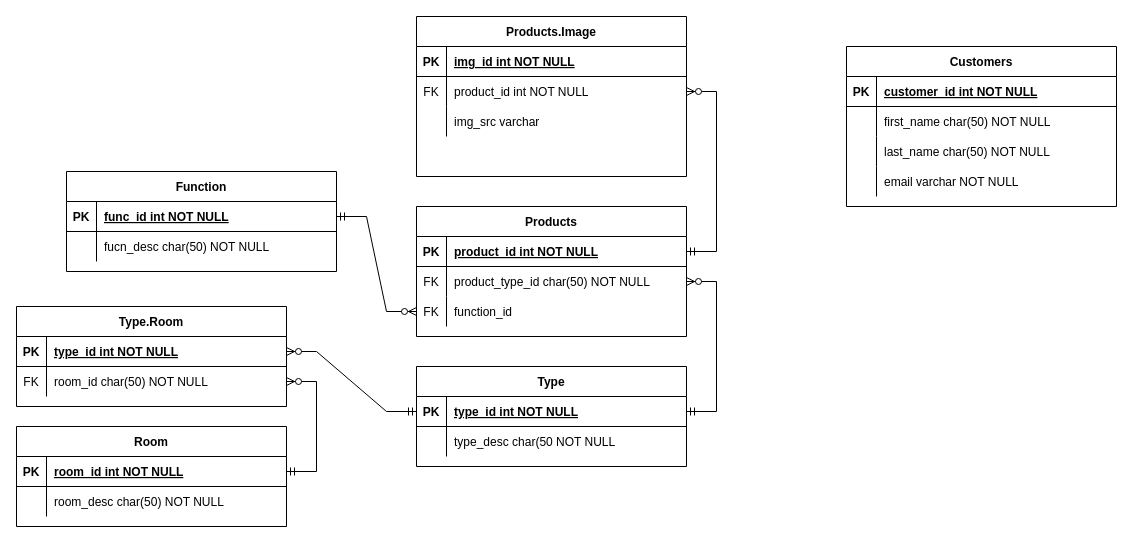
ruscott/Backend-AR-Project keeps this draw.io diagram as Digarams/AR-Backend.drawio. Above is the earlier version. Source tidied: cells renumbered, new cells numbered last; positions are measured from the earlier drawing's top-left corner, leaving out a move shared by most shapes. Both pictures are drawn from the tidied source at 100%, with x=0, y=0 at pixel (16, 16).
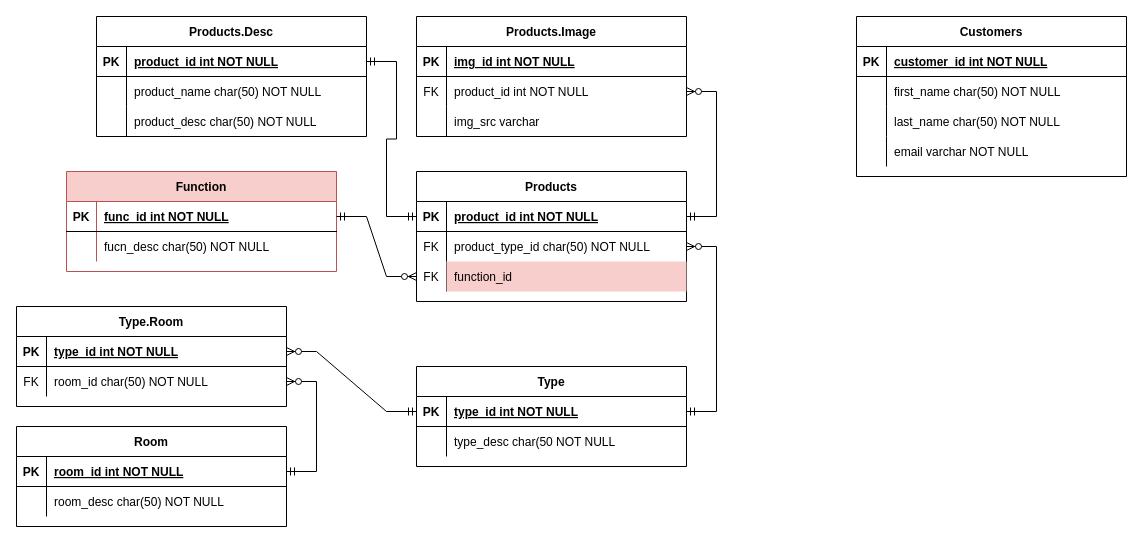
The same page after the edit.

Commit message (it also covers changes not shown here):
Basic Product REST API

Unchanged cells that the change refers to:
```xml
<mxCell id="16" style="shape=partialRectangle;fillColor=none;points=[[0,0.5],[1,0.5]];portConstraint=eastwest;top=0;left=0;right=0;bottom=1;" parent="15" vertex="1">
  <mxGeometry y="30" width="270" height="30" as="geometry" />
</mxCell>
<mxCell id="22" style="shape=partialRectangle;fillColor=none;points=[[0,0.5],[1,0.5]];portConstraint=eastwest;top=0;left=0;right=0;bottom=0;" parent="15" vertex="1">
  <mxGeometry y="90" width="270" height="30" as="geometry" />
</mxCell>
```

What changed in the source:
```diff
@@
     <mxCell id="2" value="Customers" style="shape=table;startSize=30;childLayout=tableLayout;rowLines=0;fontStyle=1;align=center;" parent="1" vertex="1">
-      <mxGeometry x="830" y="30" width="270" height="160" as="geometry" />
+      <mxGeometry x="840" width="270" height="160" as="geometry" />
     </mxCell>
@@
     <mxCell id="15" value="Products" style="shape=table;startSize=30;childLayout=tableLayout;rowLines=0;fontStyle=1;align=center;" parent="1" vertex="1">
-      <mxGeometry x="400" y="190" width="270" height="130" as="geometry" />
+      <mxGeometry x="400" y="155" width="270" height="130" as="geometry" />
     </mxCell>
@@
-    <mxCell id="24" value="function_id" style="shape=partialRectangle;overflow=hidden;fillColor=none;top=0;left=0;bottom=0;right=0;align=left;spacingLeft=6;" parent="22" vertex="1">
+    <mxCell id="24" value="function_id" style="shape=partialRectangle;overflow=hidden;fillColor=#f8cecc;top=0;left=0;bottom=0;right=0;align=left;spacingLeft=6;strokeColor=#b85450;" parent="22" vertex="1">
       <mxGeometry x="30" width="240" height="30" as="geometry" />
     </mxCell>
     <mxCell id="25" value="Products.Image" style="shape=table;startSize=30;childLayout=tableLayout;rowLines=0;fontStyle=1;align=center;" parent="1" vertex="1">
-      <mxGeometry x="400" width="270" height="160" as="geometry" />
+      <mxGeometry x="400" width="270" height="120" as="geometry" />
     </mxCell>
@@
-    <mxCell id="35" value="Function" style="shape=table;startSize=30;childLayout=tableLayout;rowLines=0;fontStyle=1;align=center;" parent="1" vertex="1">
+    <mxCell id="35" value="Function" style="shape=table;startSize=30;childLayout=tableLayout;rowLines=0;fontStyle=1;align=center;fillColor=#f8cecc;strokeColor=#b85450;" parent="1" vertex="1">
       <mxGeometry x="50" y="155" width="270" height="100" as="geometry" />
     </mxCell>
@@
+    <mxCell id="68" value="Products.Desc" style="shape=table;startSize=30;childLayout=tableLayout;rowLines=0;fontStyle=1;align=center;" parent="1" vertex="1">
+      <mxGeometry x="80" width="270" height="120" as="geometry" />
+    </mxCell>
+    <mxCell id="69" style="shape=partialRectangle;fillColor=none;points=[[0,0.5],[1,0.5]];portConstraint=eastwest;top=0;left=0;right=0;bottom=1;" parent="68" vertex="1">
+      <mxGeometry y="30" width="270" height="30" as="geometry" />
+    </mxCell>
+    <mxCell id="70" value="PK" style="shape=partialRectangle;overflow=hidden;fillColor=none;top=0;left=0;bottom=0;right=0;fontStyle=1;" parent="69" vertex="1">
+      <mxGeometry width="30" height="30" as="geometry" />
+    </mxCell>
+    <mxCell id="71" value="product_id int NOT NULL " style="shape=partialRectangle;overflow=hidden;fillColor=none;top=0;left=0;bottom=0;right=0;align=left;spacingLeft=6;fontStyle=5;" parent="69" vertex="1">
+      <mxGeometry x="30" width="240" height="30" as="geometry" />
+    </mxCell>
+    <mxCell id="72" style="shape=partialRectangle;fillColor=none;top=0;left=0;right=0;bottom=0;" parent="68" vertex="1">
+      <mxGeometry y="60" width="270" height="30" as="geometry" />
+    </mxCell>
+    <mxCell id="73" style="shape=partialRectangle;overflow=hidden;fillColor=none;top=0;left=0;bottom=0;right=0;" parent="72" vertex="1">
+      <mxGeometry width="30" height="30" as="geometry" />
+    </mxCell>
+    <mxCell id="74" value="product_name char(50) NOT NULL" style="shape=partialRectangle;overflow=hidden;fillColor=none;top=0;left=0;bottom=0;right=0;align=left;spacingLeft=6;" parent="72" vertex="1">
+      <mxGeometry x="30" width="240" height="30" as="geometry" />
+    </mxCell>
+    <mxCell id="75" style="shape=partialRectangle;fillColor=none;top=0;left=0;right=0;bottom=0;" parent="68" vertex="1">
+      <mxGeometry y="90" width="270" height="30" as="geometry" />
+    </mxCell>
+    <mxCell id="76" style="shape=partialRectangle;overflow=hidden;fillColor=none;top=0;left=0;bottom=0;right=0;" parent="75" vertex="1">
+      <mxGeometry width="30" height="30" as="geometry" />
+    </mxCell>
+    <mxCell id="77" value="product_desc char(50) NOT NULL" style="shape=partialRectangle;overflow=hidden;fillColor=none;top=0;left=0;bottom=0;right=0;align=left;spacingLeft=6;" parent="75" vertex="1">
+      <mxGeometry x="30" width="240" height="30" as="geometry" />
+    </mxCell>
+    <mxCell id="78" style="edgeStyle=entityRelationEdgeStyle;fontSize=12;html=1;endArrow=ERmandOne;startArrow=ERmandOne;rounded=0;entryX=0;entryY=0.5;entryDx=0;entryDy=0;exitX=1;exitY=0.5;exitDx=0;exitDy=0;" parent="1" edge="1" source="69" target="16">
+      <mxGeometry relative="1" as="geometry" />
+    </mxCell>
```
